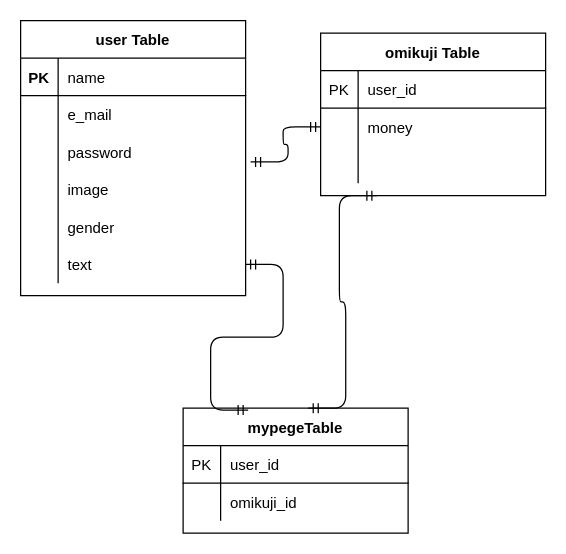
The draw.io diagram test.dio in Ogata0919/chokinomikuji, before the edit. Source tidied: cells renumbered, new cells numbered last; positions are measured from the earlier drawing's top-left corner, leaving out a move shared by most shapes. Both pictures are drawn from the tidied source at 125%, with x=0, y=0 at pixel (20, 20).
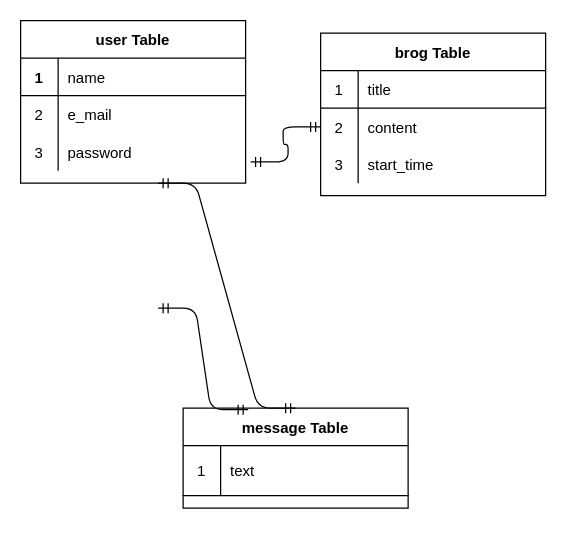
The same diagram, later.

The change refers to these unchanged cells:
```xml
<mxCell id="3" style="shape=partialRectangle;fillColor=none;top=0;left=0;bottom=1;right=0;" parent="2" vertex="1">
  <mxGeometry y="30" width="180" height="30" as="geometry" />
</mxCell>
<mxCell id="6" style="shape=partialRectangle;fillColor=none;top=0;left=0;bottom=0;right=0;" parent="2" vertex="1">
  <mxGeometry y="60" width="180" height="30" as="geometry" />
</mxCell>
<mxCell id="9" style="shape=partialRectangle;fillColor=none;top=0;left=0;bottom=0;right=0;points=[[0,0.5],[1,0.5]];portConstraint=eastwest;" parent="2" vertex="1">
  <mxGeometry y="90" width="180" height="30" as="geometry" />
</mxCell>
<mxCell id="22" style="shape=partialRectangle;fillColor=none;top=0;left=0;bottom=1;right=0;" parent="21" vertex="1">
  <mxGeometry y="30" width="180" height="30" as="geometry" />
</mxCell>
<mxCell id="25" style="shape=partialRectangle;fillColor=none;top=0;left=0;bottom=0;right=0;points=[[0,0.5],[1,0.5]];portConstraint=eastwest;" parent="21" vertex="1">
  <mxGeometry y="60" width="180" height="30" as="geometry" />
</mxCell>
<mxCell id="28" style="shape=partialRectangle;fillColor=none;top=0;left=0;bottom=0;right=0;" parent="21" vertex="1">
  <mxGeometry y="90" width="180" height="30" as="geometry" />
</mxCell>
```

What changed in the source:
```diff
@@
     <mxCell id="2" value="user Table" style="shape=table;startSize=30;childLayout=tableLayout;rowLines=0;fontStyle=1;align=center;" parent="1" vertex="1">
-      <mxGeometry width="180" height="220" as="geometry" />
+      <mxGeometry width="180" height="130" as="geometry" />
     </mxCell>
@@
-    <mxCell id="4" value="PK" style="shape=partialRectangle;fillColor=none;top=0;left=0;bottom=0;right=0;fontStyle=1;overflow=hidden;" parent="3" vertex="1">
+    <mxCell id="4" value="1" style="shape=partialRectangle;fillColor=none;top=0;left=0;bottom=0;right=0;fontStyle=1;overflow=hidden;" parent="3" vertex="1">
       <mxGeometry width="30" height="30" as="geometry" />
     </mxCell>
@@
-    <mxCell id="7" style="shape=partialRectangle;fillColor=none;top=0;left=0;bottom=0;right=0;overflow=hidden;" parent="6" vertex="1">
+    <mxCell id="7" value="2" style="shape=partialRectangle;fillColor=none;top=0;left=0;bottom=0;right=0;overflow=hidden;" parent="6" vertex="1">
       <mxGeometry width="30" height="30" as="geometry" />
     </mxCell>
@@
-    <mxCell id="10" style="shape=partialRectangle;fillColor=none;top=0;left=0;bottom=0;right=0;overflow=hidden;" parent="9" vertex="1">
+    <mxCell id="10" value="3" style="shape=partialRectangle;fillColor=none;top=0;left=0;bottom=0;right=0;overflow=hidden;" parent="9" vertex="1">
       <mxGeometry width="30" height="30" as="geometry" />
     </mxCell>
@@
-    <mxCell id="12" style="shape=partialRectangle;fillColor=none;top=0;left=0;bottom=0;right=0;" parent="2" vertex="1">
-      <mxGeometry y="120" width="180" height="30" as="geometry" />
-    </mxCell>
-    <mxCell id="13" style="shape=partialRectangle;fillColor=none;top=0;left=0;bottom=0;right=0;overflow=hidden;" parent="12" vertex="1">
-      <mxGeometry width="30" height="30" as="geometry" />
-    </mxCell>
-    <mxCell id="14" value="image" style="shape=partialRectangle;fillColor=none;top=0;left=0;bottom=0;right=0;align=left;spacingLeft=6;overflow=hidden;" parent="12" vertex="1">
-      <mxGeometry x="30" width="150" height="30" as="geometry" />
-    </mxCell>
-    <mxCell id="15" style="shape=partialRectangle;fillColor=none;top=0;left=0;bottom=0;right=0;" parent="2" vertex="1">
-      <mxGeometry y="150" width="180" height="30" as="geometry" />
-    </mxCell>
-    <mxCell id="16" style="shape=partialRectangle;fillColor=none;top=0;left=0;bottom=0;right=0;overflow=hidden;" parent="15" vertex="1">
-      <mxGeometry width="30" height="30" as="geometry" />
-    </mxCell>
-    <mxCell id="17" value="gender" style="shape=partialRectangle;fillColor=none;top=0;left=0;bottom=0;right=0;align=left;spacingLeft=6;overflow=hidden;" parent="15" vertex="1">
-      <mxGeometry x="30" width="150" height="30" as="geometry" />
-    </mxCell>
-    <mxCell id="18" style="shape=partialRectangle;fillColor=none;top=0;left=0;bottom=0;right=0;points=[[0,0.5],[1,0.5]];portConstraint=eastwest;" parent="2" vertex="1">
-      <mxGeometry y="180" width="180" height="30" as="geometry" />
-    </mxCell>
-    <mxCell id="19" style="shape=partialRectangle;fillColor=none;top=0;left=0;bottom=0;right=0;overflow=hidden;" parent="18" vertex="1">
-      <mxGeometry width="30" height="30" as="geometry" />
-    </mxCell>
-    <mxCell id="20" value="text" style="shape=partialRectangle;fillColor=none;top=0;left=0;bottom=0;right=0;align=left;spacingLeft=6;overflow=hidden;" parent="18" vertex="1">
-      <mxGeometry x="30" width="150" height="30" as="geometry" />
-    </mxCell>
-    <mxCell id="21" value="omikuji Table" style="shape=table;startSize=30;childLayout=tableLayout;rowLines=0;fontStyle=1;align=center;" parent="1" vertex="1">
+    <mxCell id="21" value="brog Table" style="shape=table;startSize=30;childLayout=tableLayout;rowLines=0;fontStyle=1;align=center;" parent="1" vertex="1">
       <mxGeometry x="240" y="10" width="180" height="130" as="geometry" />
     </mxCell>
@@
-    <mxCell id="23" value="PK" style="shape=partialRectangle;fillColor=none;top=0;left=0;bottom=0;right=0;fontStyle=0;overflow=hidden;" parent="22" vertex="1">
+    <mxCell id="23" value="1" style="shape=partialRectangle;fillColor=none;top=0;left=0;bottom=0;right=0;fontStyle=0;overflow=hidden;" parent="22" vertex="1">
       <mxGeometry width="30" height="30" as="geometry" />
     </mxCell>
-    <mxCell id="24" value="user_id" style="shape=partialRectangle;fillColor=none;top=0;left=0;bottom=0;right=0;align=left;spacingLeft=6;fontStyle=0;overflow=hidden;" parent="22" vertex="1">
+    <mxCell id="24" value="title" style="shape=partialRectangle;fillColor=none;top=0;left=0;bottom=0;right=0;align=left;spacingLeft=6;fontStyle=0;overflow=hidden;" parent="22" vertex="1">
       <mxGeometry x="30" width="150" height="30" as="geometry" />
     </mxCell>
@@
-    <mxCell id="26" style="shape=partialRectangle;fillColor=none;top=0;left=0;bottom=0;right=0;overflow=hidden;" parent="25" vertex="1">
+    <mxCell id="26" value="2" style="shape=partialRectangle;fillColor=none;top=0;left=0;bottom=0;right=0;overflow=hidden;" parent="25" vertex="1">
       <mxGeometry width="30" height="30" as="geometry" />
     </mxCell>
-    <mxCell id="27" value="money" style="shape=partialRectangle;fillColor=none;top=0;left=0;bottom=0;right=0;align=left;spacingLeft=6;overflow=hidden;" parent="25" vertex="1">
+    <mxCell id="27" value="content" style="shape=partialRectangle;fillColor=none;top=0;left=0;bottom=0;right=0;align=left;spacingLeft=6;overflow=hidden;" parent="25" vertex="1">
       <mxGeometry x="30" width="150" height="30" as="geometry" />
     </mxCell>
@@
-    <mxCell id="29" style="shape=partialRectangle;fillColor=none;top=0;left=0;bottom=0;right=0;overflow=hidden;" parent="28" vertex="1">
+    <mxCell id="29" value="3" style="shape=partialRectangle;fillColor=none;top=0;left=0;bottom=0;right=0;overflow=hidden;" parent="28" vertex="1">
       <mxGeometry width="30" height="30" as="geometry" />
     </mxCell>
-    <mxCell id="30" style="shape=partialRectangle;fillColor=none;top=0;left=0;bottom=0;right=0;align=left;spacingLeft=6;overflow=hidden;" parent="28" vertex="1">
+    <mxCell id="30" value="start_time" style="shape=partialRectangle;fillColor=none;top=0;left=0;bottom=0;right=0;align=left;spacingLeft=6;overflow=hidden;" parent="28" vertex="1">
       <mxGeometry x="30" width="150" height="30" as="geometry" />
     </mxCell>
-    <mxCell id="31" value="mypegeTable" style="shape=table;startSize=30;childLayout=tableLayout;rowLines=0;fontStyle=1;align=center;" parent="1" vertex="1">
-      <mxGeometry x="130" y="310" width="180" height="100" as="geometry" />
+    <mxCell id="31" value="message Table" style="shape=table;startSize=30;childLayout=tableLayout;rowLines=0;fontStyle=1;align=center;" parent="1" vertex="1">
+      <mxGeometry x="130" y="310" width="180" height="80" as="geometry" />
     </mxCell>
     <mxCell id="32" style="shape=partialRectangle;fillColor=none;top=0;left=0;bottom=1;right=0;" parent="31" vertex="1">
-      <mxGeometry y="30" width="180" height="30" as="geometry" />
+      <mxGeometry y="30" width="180" height="40" as="geometry" />
     </mxCell>
-    <mxCell id="33" value="PK" style="shape=partialRectangle;fillColor=none;top=0;left=0;bottom=0;right=0;fontStyle=0;overflow=hidden;" parent="32" vertex="1">
-      <mxGeometry width="30" height="30" as="geometry" />
+    <mxCell id="33" value="1" style="shape=partialRectangle;fillColor=none;top=0;left=0;bottom=0;right=0;fontStyle=0;overflow=hidden;" parent="32" vertex="1">
+      <mxGeometry width="30" height="40" as="geometry" />
     </mxCell>
-    <mxCell id="34" value="user_id" style="shape=partialRectangle;fillColor=none;top=0;left=0;bottom=0;right=0;align=left;spacingLeft=6;fontStyle=0;overflow=hidden;" parent="32" vertex="1">
-      <mxGeometry x="30" width="150" height="30" as="geometry" />
+    <mxCell id="34" value="text" style="shape=partialRectangle;fillColor=none;top=0;left=0;bottom=0;right=0;align=left;spacingLeft=6;fontStyle=0;overflow=hidden;" parent="32" vertex="1">
+      <mxGeometry x="30" width="150" height="40" as="geometry" />
     </mxCell>
-    <mxCell id="35" style="shape=partialRectangle;fillColor=none;top=0;left=0;bottom=0;right=0;" parent="31" vertex="1">
-      <mxGeometry y="60" width="180" height="30" as="geometry" />
-    </mxCell>
-    <mxCell id="36" style="shape=partialRectangle;fillColor=none;top=0;left=0;bottom=0;right=0;overflow=hidden;" parent="35" vertex="1">
-      <mxGeometry width="30" height="30" as="geometry" />
-    </mxCell>
-    <mxCell id="37" value="omikuji_id" style="shape=partialRectangle;fillColor=none;top=0;left=0;bottom=0;right=0;align=left;spacingLeft=6;overflow=hidden;" parent="35" vertex="1">
-      <mxGeometry x="30" width="150" height="30" as="geometry" />
-    </mxCell>
@@
-    <mxCell id="39" style="edgeStyle=entityRelationEdgeStyle;fontSize=12;html=1;endArrow=ERmandOne;startArrow=ERmandOne;exitX=0.556;exitY=0;exitDx=0;exitDy=0;exitPerimeter=0;entryX=0.25;entryY=1;entryDx=0;entryDy=0;" parent="1" edge="1" source="31" target="21">
-      <mxGeometry relative="1" as="geometry" />
-    </mxCell>
-    <mxCell id="40" style="edgeStyle=entityRelationEdgeStyle;fontSize=12;html=1;endArrow=ERmandOne;startArrow=ERmandOne;entryX=0.289;entryY=0.015;entryDx=0;entryDy=0;entryPerimeter=0;exitX=1;exitY=0.5;exitDx=0;exitDy=0;" parent="1" edge="1" source="18" target="31">
-      <mxGeometry relative="1" as="geometry" />
+    <mxCell id="40" style="edgeStyle=entityRelationEdgeStyle;fontSize=12;html=1;endArrow=ERmandOne;startArrow=ERmandOne;entryX=0.289;entryY=0.015;entryDx=0;entryDy=0;entryPerimeter=0;exitX=1;exitY=0.5;exitDx=0;exitDy=0;" parent="1" edge="1" target="31">
+      <mxGeometry relative="1" as="geometry">
+        <mxPoint x="110" y="230" as="sourcePoint" />
+      </mxGeometry>
     </mxCell>
+    <mxCell id="41" style="edgeStyle=entityRelationEdgeStyle;fontSize=12;html=1;endArrow=ERmandOne;startArrow=ERmandOne;entryX=0.5;entryY=0;entryDx=0;entryDy=0;" parent="1" edge="1" target="31">
+      <mxGeometry relative="1" as="geometry">
+        <mxPoint x="110" y="130" as="sourcePoint" />
+      </mxGeometry>
+    </mxCell>
```
